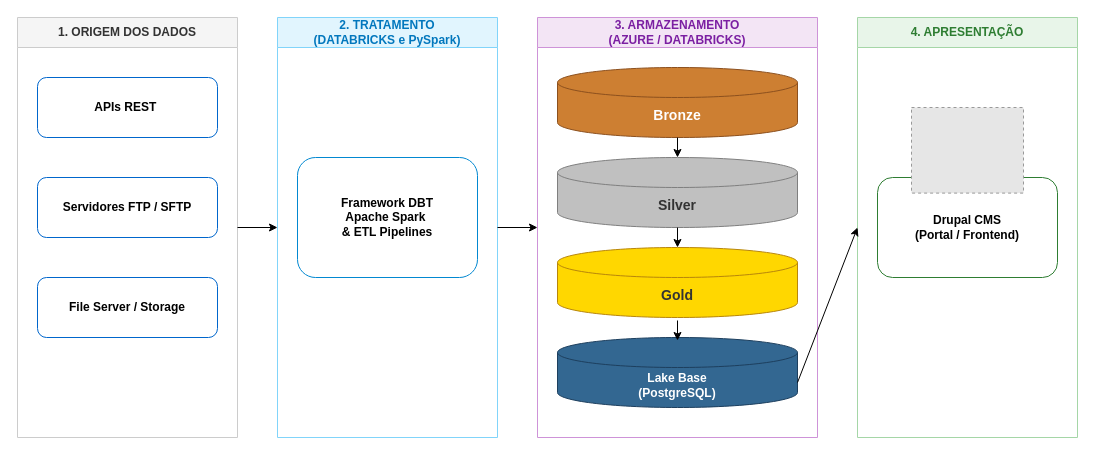
Earlier version of the draw.io diagram Documentação/Diagrama de arquitetura.drawio (marcoconti/mais_einstein). Source tidied: cells renumbered, new cells numbered last; positions are measured from the earlier drawing's top-left corner, leaving out a move shared by most shapes. Both pictures are drawn from the tidied source at 100%, with x=0, y=0 at pixel (17, 17). Pictures stored in the file or linked from it are replaced by grey dashed boxes.
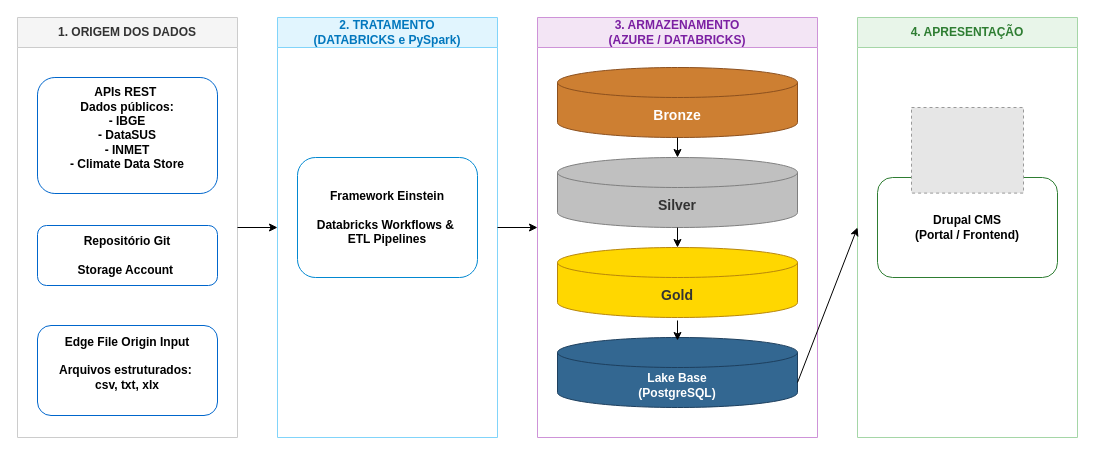
The same diagram, later.

Unchanged cells that the change refers to:
```xml
<mxCell id="2" value="1. ORIGEM DOS DADOS" style="swimlane;whiteSpace=wrap;html=1;startSize=30;fillColor=#f5f5f5;fontColor=#333333;strokeColor=#cccccc;fontStyle=1;" parent="1" vertex="1">
  <mxGeometry width="220" height="420" as="geometry" />
</mxCell>
<mxCell id="6" value="2. TRATAMENTO&lt;div&gt;(DATABRICKS e PySpark)&lt;/div&gt;" style="swimlane;whiteSpace=wrap;html=1;startSize=30;fillColor=#e1f5fe;fontColor=#0277bd;strokeColor=#81d4fa;fontStyle=1;" parent="1" vertex="1">
  <mxGeometry x="260" width="220" height="420" as="geometry" />
</mxCell>
```

Change to the diagram source:
```diff
@@
-    <mxCell id="3" value="APIs REST&amp;nbsp;" style="rounded=1;whiteSpace=wrap;html=1;fillColor=#ffffff;strokeColor=#0066cc;fontStyle=1;" parent="2" vertex="1">
-      <mxGeometry x="20" y="60" width="180" height="60" as="geometry" />
+    <mxCell id="3" value="APIs REST&amp;nbsp;&lt;div&gt;Dados públicos:&lt;/div&gt;&lt;div&gt;- IBGE&lt;/div&gt;&lt;div&gt;- DataSUS&lt;/div&gt;&lt;div&gt;- INMET&lt;/div&gt;&lt;div&gt;- Climate Data Store&lt;/div&gt;&lt;div&gt;&lt;br&gt;&lt;/div&gt;" style="rounded=1;whiteSpace=wrap;html=1;fillColor=#ffffff;strokeColor=#0066cc;fontStyle=1;" parent="2" vertex="1">
+      <mxGeometry x="20" y="60" width="180" height="116" as="geometry" />
     </mxCell>
-    <mxCell id="4" value="Servidores FTP / SFTP" style="rounded=1;whiteSpace=wrap;html=1;fillColor=#ffffff;strokeColor=#0066cc;fontStyle=1;" parent="2" vertex="1">
-      <mxGeometry x="20" y="160" width="180" height="60" as="geometry" />
-    </mxCell>
-    <mxCell id="5" value="File Server / Storage" style="rounded=1;whiteSpace=wrap;html=1;fillColor=#ffffff;strokeColor=#0066cc;fontStyle=1;" parent="2" vertex="1">
-      <mxGeometry x="20" y="260" width="180" height="60" as="geometry" />
+    <mxCell id="5" value="Repositório Git&lt;div&gt;&amp;nbsp;&lt;div&gt;Storage Account&amp;nbsp;&lt;/div&gt;&lt;/div&gt;" style="rounded=1;whiteSpace=wrap;html=1;fillColor=#ffffff;strokeColor=#0066cc;fontStyle=1;" parent="2" vertex="1">
+      <mxGeometry x="20" y="208" width="180" height="60" as="geometry" />
     </mxCell>
+    <mxCell id="22" value="&lt;div&gt;&lt;br&gt;&lt;/div&gt;&lt;div&gt;Edge File Origin Input&lt;/div&gt;&lt;div&gt;&lt;br&gt;&lt;/div&gt;Arquivos estruturados:&amp;nbsp;&lt;div&gt;csv, txt, xlx&lt;/div&gt;&lt;div&gt;&lt;br&gt;&lt;div&gt;&lt;br&gt;&lt;/div&gt;&lt;/div&gt;" style="rounded=1;whiteSpace=wrap;html=1;fillColor=#ffffff;strokeColor=#0066cc;fontStyle=1;" parent="2" vertex="1">
+      <mxGeometry x="20" y="308" width="180" height="90" as="geometry" />
+    </mxCell>
@@
-    <mxCell id="7" value="Framework DBT&lt;div&gt;Apache Spark&amp;nbsp;&lt;br&gt;&amp;amp; ETL Pipelines&lt;/div&gt;" style="rounded=1;whiteSpace=wrap;html=1;fillColor=#ffffff;strokeColor=#0288d1;fontStyle=1;" parent="6" vertex="1">
+    <mxCell id="7" value="Framework Einstein&lt;div&gt;&lt;br&gt;&lt;div&gt;Databricks Workflows &amp;amp;&amp;nbsp;&lt;/div&gt;&lt;div&gt;ETL Pipelines&lt;/div&gt;&lt;/div&gt;" style="rounded=1;whiteSpace=wrap;html=1;fillColor=#ffffff;strokeColor=#0288d1;fontStyle=1;" parent="6" vertex="1">
       <mxGeometry x="20" y="140" width="180" height="120" as="geometry" />
     </mxCell>
```
